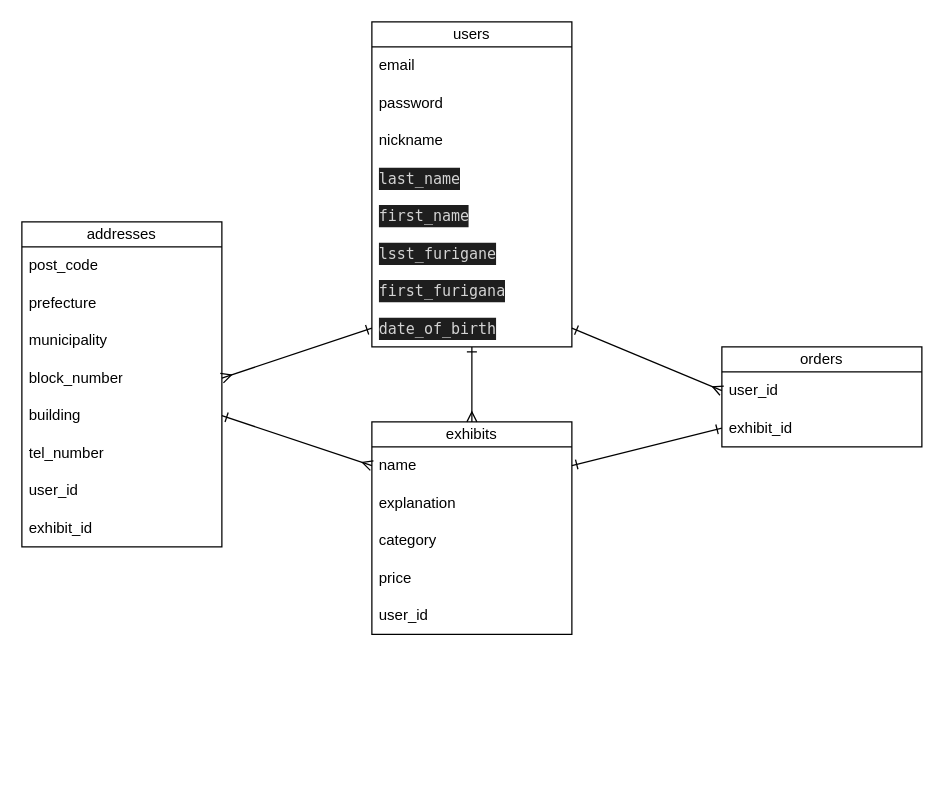
The draw.io diagram furima.dio in testmpc/furima-38889, before the edit. Source tidied: cells renumbered, new cells numbered last; positions are measured from the earlier drawing's top-left corner, leaving out a move shared by most shapes. Both pictures are drawn from the tidied source at 125%, with x=0, y=0 at pixel (21, 21).
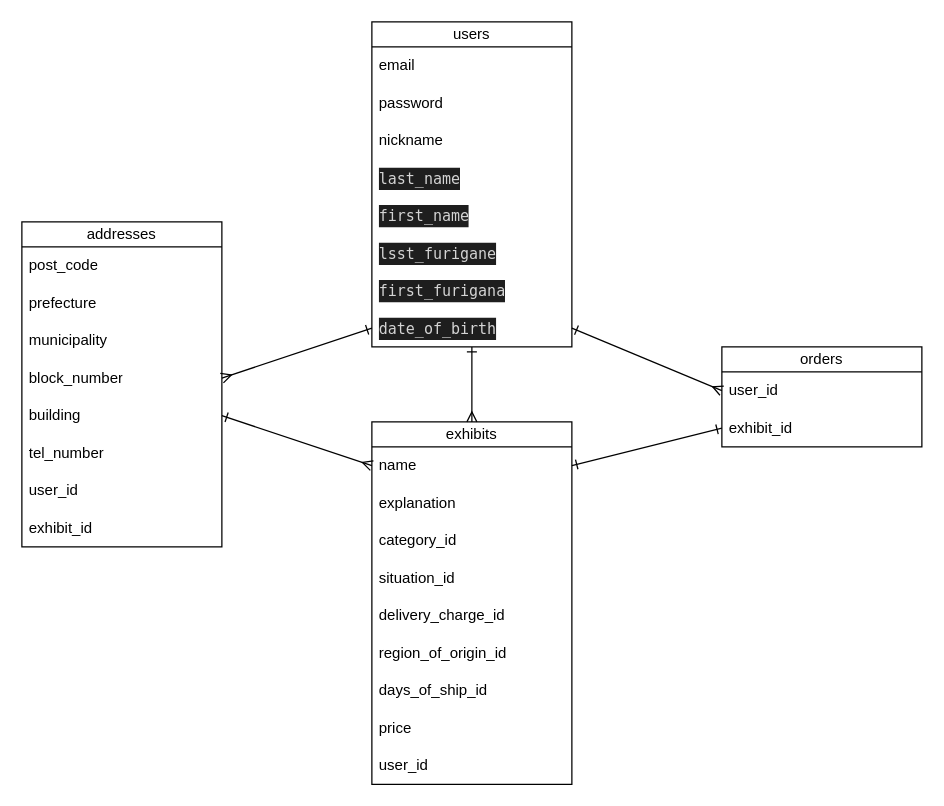
Above is the later version.

Commit message (it also covers changes not shown here):
データベース設計2回目_修正版

Diff of the diagram source:
```diff
@@
     <mxCell id="2" value="exhibits" style="swimlane;fontStyle=0;horizontal=1;startSize=20;whiteSpace=wrap;html=1;" parent="1" vertex="1">
-      <mxGeometry x="280" y="320" width="160" height="170" as="geometry" />
+      <mxGeometry x="280" y="320" width="160" height="290" as="geometry" />
     </mxCell>
@@
-    <mxCell id="5" value="category" style="text;strokeColor=none;fillColor=none;align=left;verticalAlign=middle;spacingLeft=4;spacingRight=4;overflow=hidden;whiteSpace=wrap;html=1;" parent="2" vertex="1">
+    <mxCell id="5" value="category_id" style="text;strokeColor=none;fillColor=none;align=left;verticalAlign=middle;spacingLeft=4;spacingRight=4;overflow=hidden;whiteSpace=wrap;html=1;" parent="2" vertex="1">
       <mxGeometry y="80" width="160" height="30" as="geometry" />
     </mxCell>
+    <mxCell id="34" value="situation_id" style="text;strokeColor=none;fillColor=none;align=left;verticalAlign=middle;spacingLeft=4;spacingRight=4;overflow=hidden;whiteSpace=wrap;html=1;" parent="2" vertex="1">
+      <mxGeometry y="110" width="160" height="30" as="geometry" />
+    </mxCell>
+    <mxCell id="35" value="delivery_charge_id" style="text;strokeColor=none;fillColor=none;align=left;verticalAlign=middle;spacingLeft=4;spacingRight=4;overflow=hidden;whiteSpace=wrap;html=1;" parent="2" vertex="1">
+      <mxGeometry y="140" width="160" height="30" as="geometry" />
+    </mxCell>
+    <mxCell id="36" value="region_of_origin_id" style="text;strokeColor=none;fillColor=none;align=left;verticalAlign=middle;spacingLeft=4;spacingRight=4;overflow=hidden;whiteSpace=wrap;html=1;" parent="2" vertex="1">
+      <mxGeometry y="170" width="160" height="30" as="geometry" />
+    </mxCell>
+    <mxCell id="37" value="days_of_ship_id" style="text;strokeColor=none;fillColor=none;align=left;verticalAlign=middle;spacingLeft=4;spacingRight=4;overflow=hidden;whiteSpace=wrap;html=1;" parent="2" vertex="1">
+      <mxGeometry y="200" width="160" height="30" as="geometry" />
+    </mxCell>
     <mxCell id="6" value="price" style="text;strokeColor=none;fillColor=none;align=left;verticalAlign=middle;spacingLeft=4;spacingRight=4;overflow=hidden;whiteSpace=wrap;html=1;" parent="2" vertex="1">
-      <mxGeometry y="110" width="160" height="30" as="geometry" />
+      <mxGeometry y="230" width="160" height="30" as="geometry" />
     </mxCell>
     <mxCell id="7" value="user_id" style="text;strokeColor=none;fillColor=none;align=left;verticalAlign=middle;spacingLeft=4;spacingRight=4;overflow=hidden;whiteSpace=wrap;html=1;" parent="2" vertex="1">
-      <mxGeometry y="140" width="160" height="30" as="geometry" />
+      <mxGeometry y="260" width="160" height="30" as="geometry" />
     </mxCell>
```
